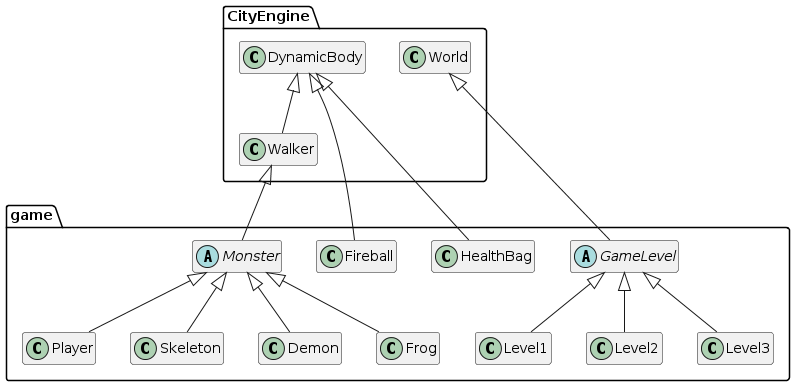
Before: media/the-dungeon-uml.png, a diagram exported from PlantUML (salcedoa/salcedoa.github.io). Source of this version:
```plantuml
@startuml
skinparam backgroundColor transparent

set separator ::

class CityEngine::Walker extends CityEngine::DynamicBody

abstract class game::Monster extends CityEngine::Walker
class game::Player extends game::Monster
class game::Skeleton extends game::Monster
class game::Demon extends game::Monster
class game::Frog extends game::Monster

class game::Fireball extends CityEngine::DynamicBody
class game::HealthBag extends CityEngine::DynamicBody

abstract class game::GameLevel extends CityEngine::World
class game::Level1 extends game::GameLevel
class game::Level2 extends game::GameLevel
class game::Level3 extends game::GameLevel

hide members
hide methods
@enduml
```
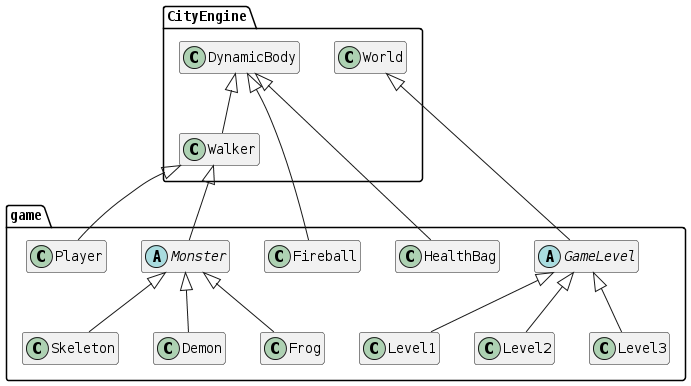
After the change.

Change to the diagram source:
```diff
@@ -1,12 +1,14 @@
 @startuml
+skinparam defaultFontName "DialogInput"
 skinparam backgroundColor transparent
 
 set separator ::
 
 class CityEngine::Walker extends CityEngine::DynamicBody
 
+class game::Player extends CityEngine::Walker
+
 abstract class game::Monster extends CityEngine::Walker
-class game::Player extends game::Monster
 class game::Skeleton extends game::Monster
 class game::Demon extends game::Monster
 class game::Frog extends game::Monster
```
